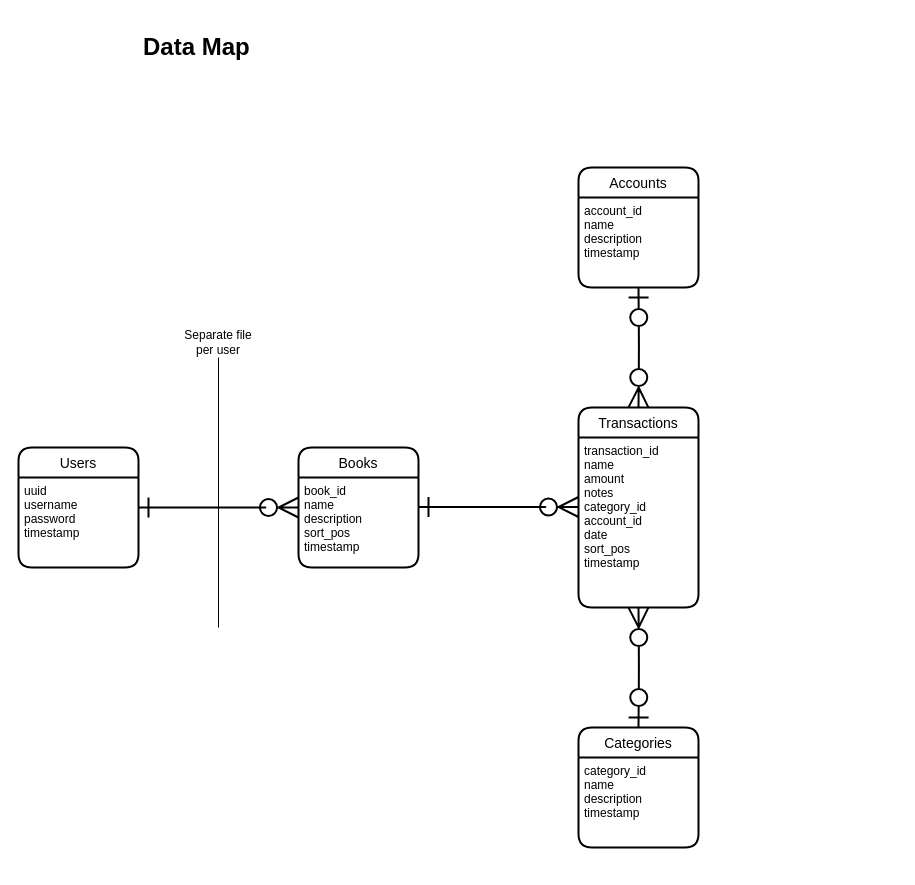
Before: data-map.drawio in JoshSilveous/money-tracker-proto, a draw.io diagram. Source tidied: cells renumbered, new cells numbered last; positions are measured from the earlier drawing's top-left corner, leaving out a move shared by most shapes. Both pictures are drawn from the tidied source at 100%, with x=0, y=0 at pixel (18, 27).
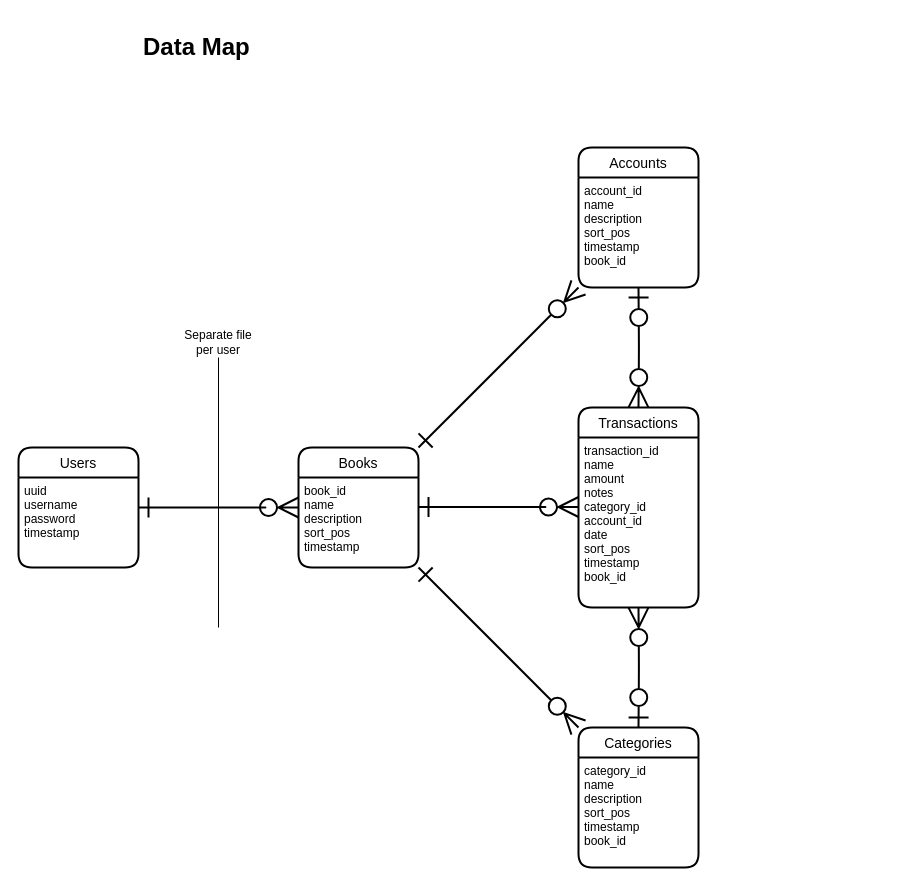
The same diagram, later.

Unchanged cells that the change refers to:
```xml
<mxCell id="11" value="Books" style="swimlane;horizontal=1;startSize=30;rounded=1;fontSize=14;fontStyle=0;strokeWidth=2;shadow=0;dashed=0;align=center;" parent="1" vertex="1">
  <mxGeometry x="280" y="420" width="120" height="120" as="geometry" />
</mxCell>
<mxCell id="12" value="book_id&#10;name&#10;description&#10;sort_pos&#10;timestamp" style="align=left;strokeColor=none;fillColor=none;spacingLeft=4;fontSize=12;verticalAlign=top;" parent="11" vertex="1">
  <mxGeometry y="30" width="120" height="90" as="geometry" />
</mxCell>
<mxCell id="13" value="Transactions" style="swimlane;horizontal=1;startSize=30;rounded=1;fontSize=14;fontStyle=0;strokeWidth=2;shadow=0;dashed=0;align=center;" parent="1" vertex="1">
  <mxGeometry x="560" y="380" width="120" height="200" as="geometry" />
</mxCell>
```

Change to the diagram source:
```diff
@@
-    <mxCell id="14" value="transaction_id&#10;name&#10;amount&#10;notes&#10;category_id&#10;account_id&#10;date&#10;sort_pos&#10;timestamp" style="align=left;strokeColor=none;fillColor=none;spacingLeft=4;fontSize=12;verticalAlign=top;" parent="13" vertex="1">
+    <mxCell id="14" value="transaction_id&#10;name&#10;amount&#10;notes&#10;category_id&#10;account_id&#10;date&#10;sort_pos&#10;timestamp&#10;book_id" style="align=left;strokeColor=none;fillColor=none;spacingLeft=4;fontSize=12;verticalAlign=top;" parent="13" vertex="1">
       <mxGeometry y="30" width="120" height="170" as="geometry" />
     </mxCell>
     <mxCell id="15" value="Accounts" style="swimlane;horizontal=1;startSize=30;rounded=1;fontSize=14;fontStyle=0;strokeWidth=2;shadow=0;dashed=0;align=center;" parent="1" vertex="1">
-      <mxGeometry x="560" y="140" width="120" height="120" as="geometry" />
+      <mxGeometry x="560" y="120" width="120" height="140" as="geometry" />
     </mxCell>
-    <mxCell id="16" value="account_id&#10;name&#10;description&#10;timestamp" style="align=left;strokeColor=none;fillColor=none;spacingLeft=4;fontSize=12;verticalAlign=top;" parent="15" vertex="1">
-      <mxGeometry y="30" width="120" height="90" as="geometry" />
+    <mxCell id="16" value="account_id&#10;name&#10;description&#10;sort_pos&#10;timestamp&#10;book_id" style="align=left;strokeColor=none;fillColor=none;spacingLeft=4;fontSize=12;verticalAlign=top;" parent="15" vertex="1">
+      <mxGeometry y="30" width="120" height="110" as="geometry" />
     </mxCell>
     <mxCell id="17" value="Categories" style="swimlane;horizontal=1;startSize=30;rounded=1;fontSize=14;fontStyle=0;strokeWidth=2;shadow=0;dashed=0;align=center;" parent="1" vertex="1">
-      <mxGeometry x="560" y="700" width="120" height="120" as="geometry" />
+      <mxGeometry x="560" y="700" width="120" height="140" as="geometry" />
     </mxCell>
-    <mxCell id="18" value="category_id&#10;name&#10;description&#10;timestamp" style="align=left;strokeColor=none;fillColor=none;spacingLeft=4;fontSize=12;verticalAlign=top;" parent="17" vertex="1">
-      <mxGeometry y="30" width="120" height="90" as="geometry" />
+    <mxCell id="18" value="category_id&#10;name&#10;description&#10;sort_pos&#10;timestamp&#10;book_id" style="align=left;strokeColor=none;fillColor=none;spacingLeft=4;fontSize=12;verticalAlign=top;" parent="17" vertex="1">
+      <mxGeometry y="30" width="120" height="110" as="geometry" />
     </mxCell>
+    <mxCell id="19" style="fontSize=12;html=1;endArrow=ERzeroToMany;exitX=1;exitY=0;exitDx=0;exitDy=0;entryX=0;entryY=1;entryDx=0;entryDy=0;strokeWidth=2;endSize=17;startSize=17;startArrow=ERone;startFill=0;endFill=0;" parent="1" edge="1" source="11" target="16">
+      <mxGeometry relative="1" as="geometry" />
+    </mxCell>
+    <mxCell id="20" style="fontSize=12;html=1;endArrow=ERzeroToMany;exitX=1;exitY=1;exitDx=0;exitDy=0;entryX=0;entryY=0;entryDx=0;entryDy=0;strokeWidth=2;endSize=17;startSize=17;startArrow=ERone;startFill=0;endFill=0;" parent="1" edge="1" source="12" target="17">
+      <mxGeometry relative="1" as="geometry" />
+    </mxCell>
```
